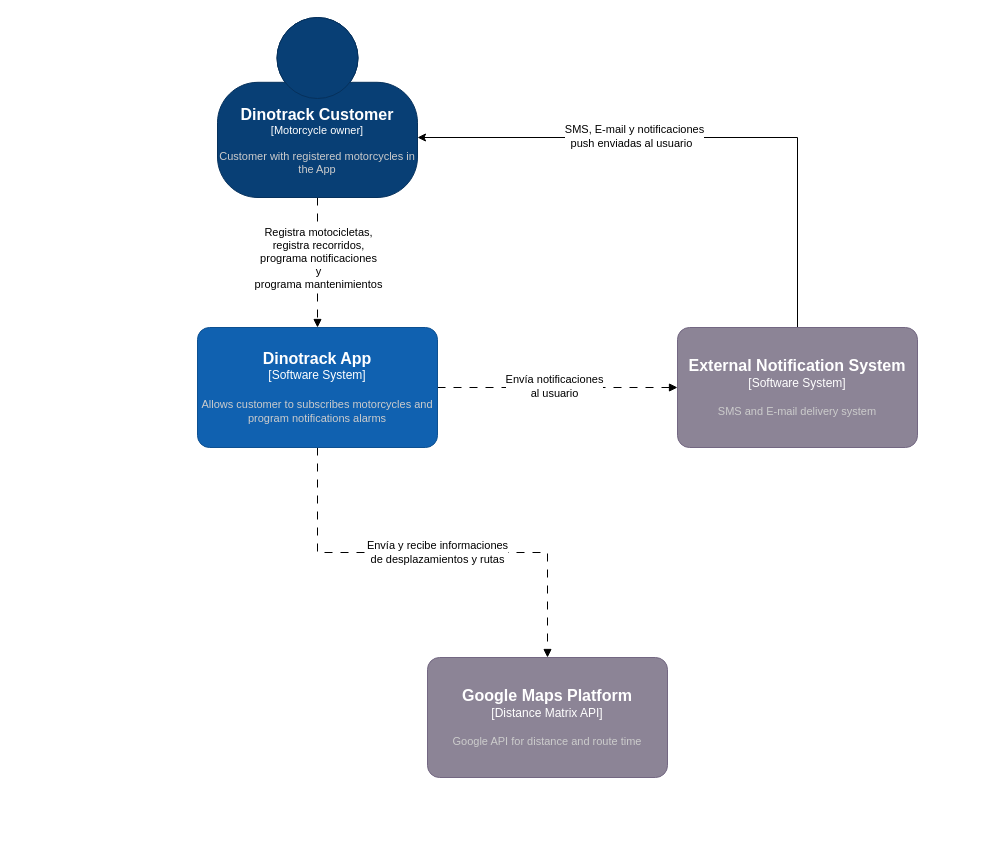
The draw.io diagram page "Context Diagram" (1 of 2) of Diagrama_C4_DinoTrack.drawio in david-med/archivos, before the edit. Source tidied: cells renumbered, new cells numbered last; positions are measured from the earlier drawing's top-left corner, leaving out a move shared by most shapes. Both pictures are drawn from the tidied source at 100%, with x=0, y=0 at pixel (197, 17).
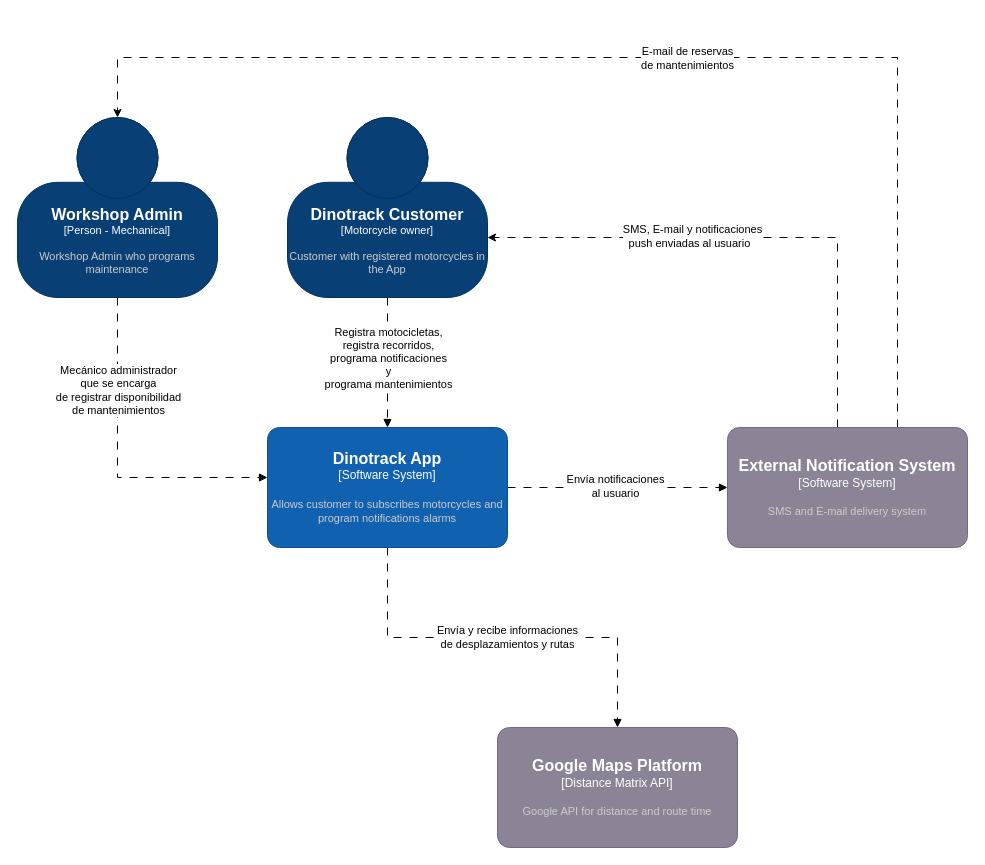
Above is the later version.

Change to the diagram source:
```diff
@@
     <object id="4" label="&lt;font style=&quot;font-size: 16px&quot;&gt;&lt;b&gt;%c4Name%&lt;/b&gt;&lt;/font&gt;&lt;div&gt;[%c4Type%]&lt;/div&gt;&lt;br&gt;&lt;div&gt;&lt;font style=&quot;font-size: 11px&quot;&gt;&lt;font color=&quot;#cccccc&quot;&gt;%c4Description%&lt;/font&gt;&lt;/div&gt;" c4Description="Customer with registered motorcycles in the App  " c4Name="Dinotrack Customer" c4Type="Motorcycle owner" placeholders="1">
       <mxCell style="html=1;fontSize=11;dashed=0;whiteSpace=wrap;fillColor=#083F75;strokeColor=#06315C;fontColor=#ffffff;shape=mxgraph.c4.person2;align=center;points=[[0.5,0,0],[1,0.5,0],[1,0.75,0],[0.75,1,0],[0.5,1,0],[0.25,1,0],[0,0.75,0],[0,0.5,0]];" parent="1" vertex="1">
-        <mxGeometry x="20" width="200" height="180" as="geometry" />
+        <mxGeometry x="90" y="100" width="200" height="180" as="geometry" />
       </mxCell>
     </object>
@@
     <object id="9" label="&lt;font style=&quot;font-size: 16px&quot;&gt;&lt;b&gt;%c4Name%&lt;/b&gt;&lt;/font&gt;&lt;div&gt;[%c4Type%]&lt;/div&gt;&lt;br&gt;&lt;div&gt;&lt;font style=&quot;font-size: 11px&quot;&gt;&lt;font color=&quot;#cccccc&quot;&gt;%c4Description%&lt;/font&gt;&lt;/div&gt;" c4Description="Allows customer to subscribes motorcycles and program notifications alarms" c4Name="Dinotrack App" c4Type="Software System" placeholders="1">
       <mxCell style="rounded=1;whiteSpace=wrap;html=1;labelBackgroundColor=none;fillColor=#1061B0;fontColor=#ffffff;align=center;arcSize=10;strokeColor=#0D5091;points=[[0.25,0,0],[0.5,0,0],[0.75,0,0],[1,0.25,0],[1,0.5,0],[1,0.75,0],[0.75,1,0],[0.5,1,0],[0.25,1,0],[0,0.75,0],[0,0.5,0],[0,0.25,0]];" parent="1" vertex="1">
-        <mxGeometry y="310" width="240" height="120" as="geometry" />
+        <mxGeometry x="70" y="410" width="240" height="120" as="geometry" />
       </mxCell>
     </object>
     <object id="10" label="&lt;font style=&quot;font-size: 16px&quot;&gt;&lt;b&gt;%c4Name%&lt;/b&gt;&lt;/font&gt;&lt;div&gt;[%c4Type%]&lt;/div&gt;&lt;br&gt;&lt;div&gt;&lt;font style=&quot;font-size: 11px&quot;&gt;&lt;font color=&quot;#cccccc&quot;&gt;%c4Description%&lt;/font&gt;&lt;/div&gt;" c4Description="Google API for distance and route time" c4Name="Google Maps Platform" c4Type="Distance Matrix API" placeholders="1">
       <mxCell style="rounded=1;whiteSpace=wrap;html=1;labelBackgroundColor=none;fillColor=#8C8496;fontColor=#ffffff;align=center;arcSize=10;strokeColor=#736782;points=[[0.25,0,0],[0.5,0,0],[0.75,0,0],[1,0.25,0],[1,0.5,0],[1,0.75,0],[0.75,1,0],[0.5,1,0],[0.25,1,0],[0,0.75,0],[0,0.5,0],[0,0.25,0]];" parent="1" vertex="1">
-        <mxGeometry x="230" y="640" width="240" height="120" as="geometry" />
+        <mxGeometry x="300" y="710" width="240" height="120" as="geometry" />
       </mxCell>
     </object>
-    <mxCell id="11" style="edgeStyle=orthogonalEdgeStyle;rounded=0;jettySize=auto;html=1;" parent="1" edge="1" source="13" target="4">
+    <mxCell id="11" style="edgeStyle=orthogonalEdgeStyle;rounded=0;jettySize=auto;html=1;dashed=1;dashPattern=8 8;" parent="1" edge="1" source="13" target="4">
       <mxGeometry relative="1" as="geometry">
         <Array as="points">
-          <mxPoint x="600" y="120" />
+          <mxPoint x="640" y="220" />
         </Array>
       </mxGeometry>
     </mxCell>
@@
+    <mxCell id="14" style="edgeStyle=orthogonalEdgeStyle;rounded=0;jettySize=auto;html=1;dashed=1;dashPattern=8 8;" parent="1" edge="1" source="13" target="18">
+      <mxGeometry relative="1" as="geometry">
+        <Array as="points">
+          <mxPoint x="700" y="40" />
+          <mxPoint x="-80" y="40" />
+        </Array>
+      </mxGeometry>
+    </mxCell>
+    <mxCell id="15" value="E-mail de reservas &lt;br&gt;de mantenimientos" style="edgeLabel;html=1;align=center;verticalAlign=middle;" parent="14" vertex="1">
+      <mxGeometry x="-0.04" relative="1" as="geometry" />
+    </mxCell>
     <object id="13" label="&lt;font style=&quot;font-size: 16px&quot;&gt;&lt;b&gt;%c4Name%&lt;/b&gt;&lt;/font&gt;&lt;div&gt;[%c4Type%]&lt;/div&gt;&lt;br&gt;&lt;div&gt;&lt;font style=&quot;font-size: 11px&quot;&gt;&lt;font color=&quot;#cccccc&quot;&gt;%c4Description%&lt;/font&gt;&lt;/div&gt;" c4Description="SMS and E-mail delivery system " c4Name="External Notification System" c4Type="Software System" placeholders="1">
       <mxCell style="rounded=1;whiteSpace=wrap;html=1;labelBackgroundColor=none;fillColor=#8C8496;fontColor=#ffffff;align=center;arcSize=10;strokeColor=#736782;points=[[0.25,0,0],[0.5,0,0],[0.75,0,0],[1,0.25,0],[1,0.5,0],[1,0.75,0],[0.75,1,0],[0.5,1,0],[0.25,1,0],[0,0.75,0],[0,0.5,0],[0,0.25,0]];" parent="1" vertex="1">
-        <mxGeometry x="480" y="310" width="240" height="120" as="geometry" />
+        <mxGeometry x="530" y="410" width="240" height="120" as="geometry" />
       </mxCell>
     </object>
+    <mxCell id="16" style="edgeStyle=orthogonalEdgeStyle;rounded=0;jettySize=auto;html=1;dashed=1;dashPattern=8 8;endArrow=block;endFill=1;" parent="1" edge="1" source="18" target="9">
+      <mxGeometry relative="1" as="geometry">
+        <Array as="points">
+          <mxPoint x="-80" y="460" />
+        </Array>
+      </mxGeometry>
+    </mxCell>
+    <mxCell id="17" value="Mecánico administrador &lt;br&gt;que se encarga &lt;br&gt;de registrar disponibilidad &lt;br&gt;de mantenimientos" style="edgeLabel;html=1;align=center;verticalAlign=middle;" parent="16" vertex="1">
+      <mxGeometry x="-0.2" y="1" relative="1" as="geometry">
+        <mxPoint x="-1" y="-40" as="offset" />
+      </mxGeometry>
+    </mxCell>
+    <object id="18" label="&lt;font style=&quot;font-size: 16px&quot;&gt;&lt;b&gt;%c4Name%&lt;/b&gt;&lt;/font&gt;&lt;div&gt;[%c4Type%]&lt;/div&gt;&lt;br&gt;&lt;div&gt;&lt;font style=&quot;font-size: 11px&quot;&gt;&lt;font color=&quot;#cccccc&quot;&gt;%c4Description%&lt;/font&gt;&lt;/div&gt;" c4Description="Workshop Admin who programs maintenance" c4Name="Workshop Admin" c4Type="Person - Mechanical" placeholders="1">
+      <mxCell style="html=1;fontSize=11;dashed=0;whiteSpace=wrap;fillColor=#083F75;strokeColor=#06315C;fontColor=#ffffff;shape=mxgraph.c4.person2;align=center;points=[[0.5,0,0],[1,0.5,0],[1,0.75,0],[0.75,1,0],[0.5,1,0],[0.25,1,0],[0,0.75,0],[0,0.5,0]];" parent="1" vertex="1">
+        <mxGeometry x="-180" y="100" width="200" height="180" as="geometry" />
+      </mxCell>
+    </object>
```
